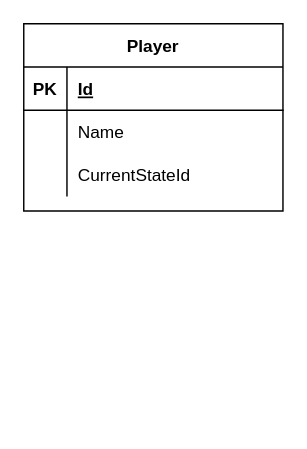
This is Document/repo-diagram.drawio from maint16/play-studio-testing, a draw.io file, before an edit. Source tidied: cells renumbered, new cells numbered last; positions are measured from the earlier drawing's top-left corner, leaving out a move shared by most shapes. Both pictures are drawn from the tidied source at 144%, with x=0, y=0 at pixel (23, 23).
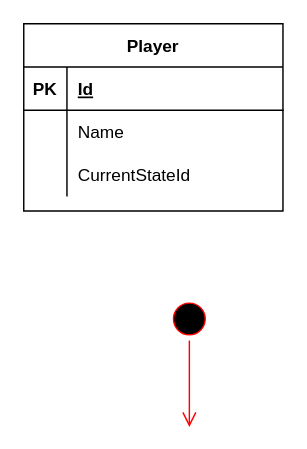
The same page after the edit.

Change to the diagram source:
```diff
@@
 <mxGraphModel>
   <root>
     <mxCell id="0" />
     <mxCell id="1" parent="0" />
     <mxCell id="2" value="Player" style="shape=table;startSize=30;childLayout=tableLayout;rowLines=0;fontStyle=1;align=center;" parent="1" vertex="1">
       <mxGeometry width="180" height="130" as="geometry" />
     </mxCell>
     <mxCell id="3" style="shape=tableRow;horizontal=0;startSize=0;swimlaneHead=0;swimlaneBody=0;fillColor=none;top=0;left=0;right=0;bottom=1;" parent="2" vertex="1">
       <mxGeometry y="30" width="180" height="30" as="geometry" />
     </mxCell>
     <mxCell id="4" value="PK" style="shape=partialRectangle;fillColor=none;top=0;left=0;bottom=0;right=0;fontStyle=1;overflow=hidden;" parent="3" vertex="1">
       <mxGeometry width="30" height="30" as="geometry" />
     </mxCell>
     <mxCell id="5" value="Id" style="shape=partialRectangle;fillColor=none;top=0;left=0;bottom=0;right=0;align=left;spacingLeft=6;fontStyle=5;overflow=hidden;" parent="3" vertex="1">
       <mxGeometry x="30" width="150" height="30" as="geometry" />
     </mxCell>
     <mxCell id="6" style="shape=tableRow;horizontal=0;startSize=0;swimlaneHead=0;swimlaneBody=0;fillColor=none;top=0;left=0;right=0;bottom=0;" parent="2" vertex="1">
       <mxGeometry y="60" width="180" height="30" as="geometry" />
     </mxCell>
     <mxCell id="7" style="shape=partialRectangle;fillColor=none;top=0;left=0;bottom=0;right=0;overflow=hidden;" parent="6" vertex="1">
       <mxGeometry width="30" height="30" as="geometry" />
     </mxCell>
     <mxCell id="8" value="Name" style="shape=partialRectangle;fillColor=none;top=0;left=0;bottom=0;right=0;align=left;spacingLeft=6;overflow=hidden;" parent="6" vertex="1">
       <mxGeometry x="30" width="150" height="30" as="geometry" />
     </mxCell>
     <mxCell id="9" style="shape=tableRow;horizontal=0;startSize=0;swimlaneHead=0;swimlaneBody=0;fillColor=none;top=0;left=0;right=0;bottom=0;" parent="2" vertex="1">
       <mxGeometry y="90" width="180" height="30" as="geometry" />
     </mxCell>
     <mxCell id="10" style="shape=partialRectangle;fillColor=none;top=0;left=0;bottom=0;right=0;overflow=hidden;" parent="9" vertex="1">
       <mxGeometry width="30" height="30" as="geometry" />
     </mxCell>
     <mxCell id="11" value="CurrentStateId" style="shape=partialRectangle;fillColor=none;top=0;left=0;bottom=0;right=0;align=left;spacingLeft=6;overflow=hidden;" parent="9" vertex="1">
       <mxGeometry x="30" width="150" height="30" as="geometry" />
     </mxCell>
+    <mxCell id="12" style="ellipse;html=1;shape=startState;fillColor=#000000;strokeColor=#ff0000;" parent="1" vertex="1">
+      <mxGeometry x="100" y="190" width="30" height="30" as="geometry" />
+    </mxCell>
+    <mxCell id="13" style="edgeStyle=orthogonalEdgeStyle;html=1;verticalAlign=bottom;endArrow=open;endSize=8;strokeColor=#ff0000;rounded=0;" parent="1" edge="1" source="12">
+      <mxGeometry relative="1" as="geometry">
+        <mxPoint x="115" y="280" as="targetPoint" />
+      </mxGeometry>
+    </mxCell>
   </root>
 </mxGraphModel>
```
